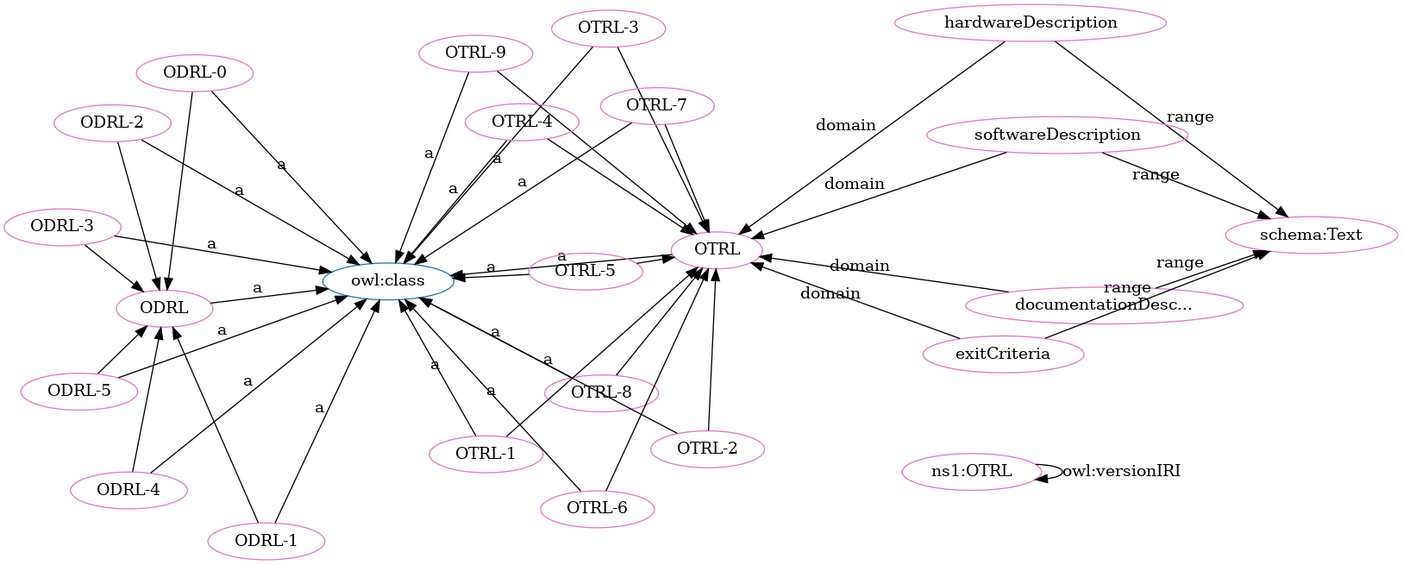
The Graphviz diagram OTRL-clean.png in OPEN-NEXT/OKH-LOSH, before a commit. Its source is kept beside it as OTRL-clean.dot.
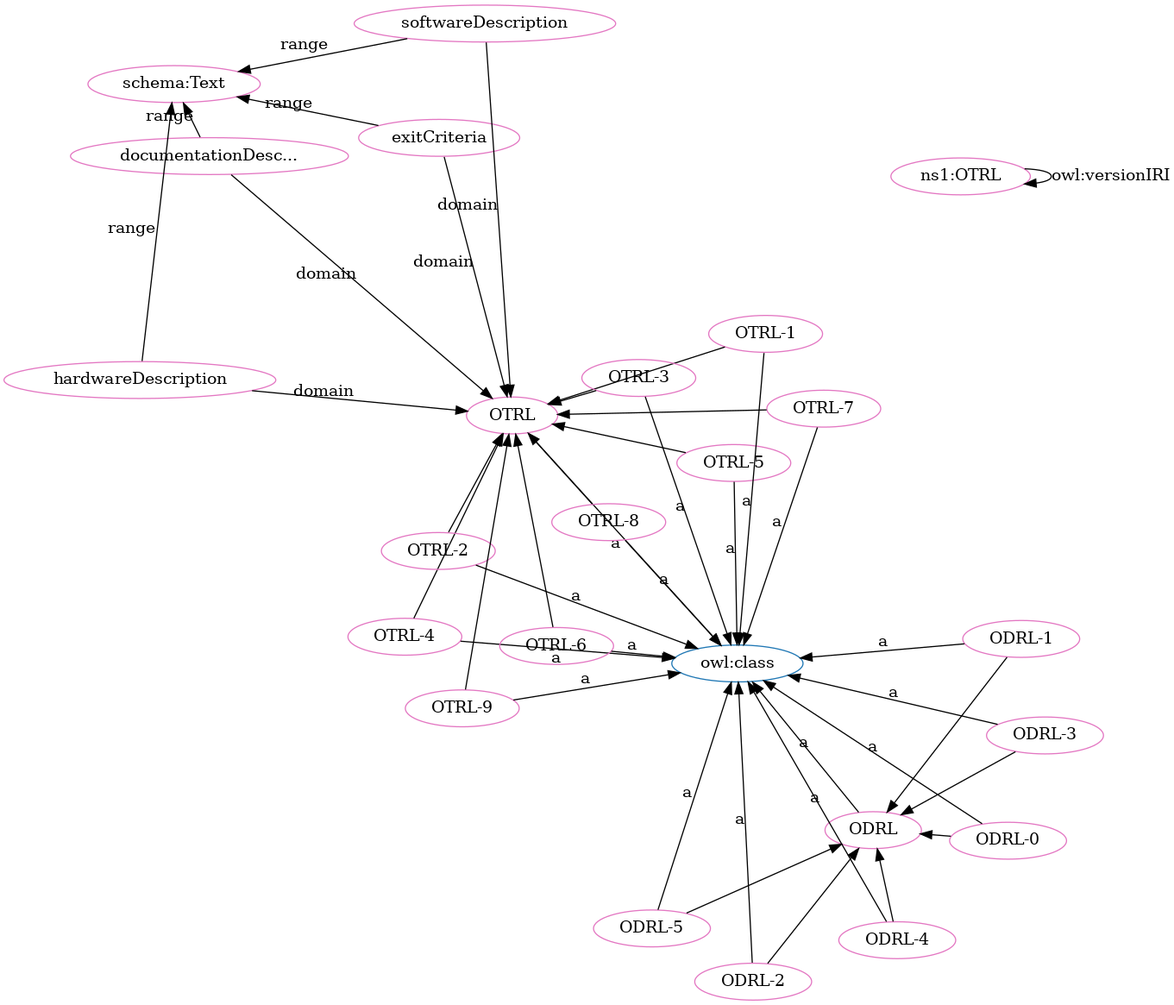
The same file after the commit.

Change to the diagram source:
```diff
@@ -1,71 +1,71 @@
 digraph G {
   rankdir=BT
   node[height=.3]
-"http://www.w3.org/2002/07/owl#class" [fillcolor="#1f77b4" color="#1f77b4" label="owl:class"]
 "http://purl.org/oseg/ontologies/OTRL#OTRL" [fillcolor="#1f77b4" color="#1f77b4" label="OTRL"]
 "http://purl.org/oseg/ontologies/OTRL#ODRL" [fillcolor="#1f77b4" color="#1f77b4" label="ODRL"]
+"http://www.w3.org/2002/07/owl#class" [fillcolor="#1f77b4" color="#1f77b4" label="owl:class"]
+"http://schema.org/Text" [fillcolor="#e377c2" color="#e377c2" label="schema:Text"]
 "http://purl.org/oseg/ontologies/OTRL#OTRL-8" [fillcolor="#e377c2" color="#e377c2" label="OTRL-8"]
 "http://purl.org/oseg/ontologies/OTRL#OTRL" [fillcolor="#e377c2" color="#e377c2" label="OTRL"]
-"http://schema.org/Text" [fillcolor="#e377c2" color="#e377c2" label="schema:Text"]
+"http://purl.org/oseg/ontologies/OTRL#exitCriteria" [fillcolor="#e377c2" color="#e377c2" label="exitCriteria"]
+"http://purl.org/oseg/ontologies/OTRL#ODRL" [fillcolor="#e377c2" color="#e377c2" label="ODRL"]
+"http://purl.org/oseg/ontologies/OTRL#OTRL-4" [fillcolor="#e377c2" color="#e377c2" label="OTRL-4"]
+"http://purl.org/oseg/ontologies/OTRL" [fillcolor="#e377c2" color="#e377c2" label="ns1:OTRL"]
+"http://purl.org/oseg/ontologies/OTRL#ODRL-0" [fillcolor="#e377c2" color="#e377c2" label="ODRL-0"]
+"http://purl.org/oseg/ontologies/OTRL#ODRL-5" [fillcolor="#e377c2" color="#e377c2" label="ODRL-5"]
+"http://purl.org/oseg/ontologies/OTRL#ODRL-3" [fillcolor="#e377c2" color="#e377c2" label="ODRL-3"]
+"http://purl.org/oseg/ontologies/OTRL#OTRL-2" [fillcolor="#e377c2" color="#e377c2" label="OTRL-2"]
+"http://purl.org/oseg/ontologies/OTRL#ODRL-2" [fillcolor="#e377c2" color="#e377c2" label="ODRL-2"]
+"http://purl.org/oseg/ontologies/OTRL#OTRL-5" [fillcolor="#e377c2" color="#e377c2" label="OTRL-5"]
+"http://purl.org/oseg/ontologies/OTRL#softwareDescription" [fillcolor="#e377c2" color="#e377c2" label="softwareDescription"]
+"http://purl.org/oseg/ontologies/OTRL#documentationDescription" [fillcolor="#e377c2" color="#e377c2" label="documentationDesc..."]
+"http://purl.org/oseg/ontologies/OTRL#ODRL-1" [fillcolor="#e377c2" color="#e377c2" label="ODRL-1"]
+"http://purl.org/oseg/ontologies/OTRL#ODRL-4" [fillcolor="#e377c2" color="#e377c2" label="ODRL-4"]
+"http://purl.org/oseg/ontologies/OTRL#OTRL-7" [fillcolor="#e377c2" color="#e377c2" label="OTRL-7"]
+"http://purl.org/oseg/ontologies/OTRL#OTRL-6" [fillcolor="#e377c2" color="#e377c2" label="OTRL-6"]
+"http://purl.org/oseg/ontologies/OTRL#OTRL-9" [fillcolor="#e377c2" color="#e377c2" label="OTRL-9"]
+"http://purl.org/oseg/ontologies/OTRL#OTRL-1" [fillcolor="#e377c2" color="#e377c2" label="OTRL-1"]
+"http://purl.org/oseg/ontologies/OTRL#hardwareDescription" [fillcolor="#e377c2" color="#e377c2" label="hardwareDescription"]
 "http://purl.org/oseg/ontologies/OTRL#OTRL-3" [fillcolor="#e377c2" color="#e377c2" label="OTRL-3"]
-"http://purl.org/oseg/ontologies/OTRL#ODRL-2" [fillcolor="#e377c2" color="#e377c2" label="ODRL-2"]
-"http://purl.org/oseg/ontologies/OTRL#ODRL" [fillcolor="#e377c2" color="#e377c2" label="ODRL"]
-"http://purl.org/oseg/ontologies/OTRL#hardwareDescription" [fillcolor="#e377c2" color="#e377c2" label="hardwareDescription"]
-"http://purl.org/oseg/ontologies/OTRL#ODRL-5" [fillcolor="#e377c2" color="#e377c2" label="ODRL-5"]
-"http://purl.org/oseg/ontologies/OTRL" [fillcolor="#e377c2" color="#e377c2" label="ns1:OTRL"]
-"http://purl.org/oseg/ontologies/OTRL#documentationDescription" [fillcolor="#e377c2" color="#e377c2" label="documentationDesc..."]
-"http://purl.org/oseg/ontologies/OTRL#ODRL-4" [fillcolor="#e377c2" color="#e377c2" label="ODRL-4"]
-"http://purl.org/oseg/ontologies/OTRL#exitCriteria" [fillcolor="#e377c2" color="#e377c2" label="exitCriteria"]
-"http://purl.org/oseg/ontologies/OTRL#OTRL-9" [fillcolor="#e377c2" color="#e377c2" label="OTRL-9"]
-"http://purl.org/oseg/ontologies/OTRL#OTRL-7" [fillcolor="#e377c2" color="#e377c2" label="OTRL-7"]
-"http://purl.org/oseg/ontologies/OTRL#OTRL-4" [fillcolor="#e377c2" color="#e377c2" label="OTRL-4"]
-"http://purl.org/oseg/ontologies/OTRL#softwareDescription" [fillcolor="#e377c2" color="#e377c2" label="softwareDescription"]
-"http://purl.org/oseg/ontologies/OTRL#OTRL-1" [fillcolor="#e377c2" color="#e377c2" label="OTRL-1"]
-"http://purl.org/oseg/ontologies/OTRL#OTRL-5" [fillcolor="#e377c2" color="#e377c2" label="OTRL-5"]
-"http://purl.org/oseg/ontologies/OTRL#ODRL-0" [fillcolor="#e377c2" color="#e377c2" label="ODRL-0"]
-"http://purl.org/oseg/ontologies/OTRL#ODRL-3" [fillcolor="#e377c2" color="#e377c2" label="ODRL-3"]
-"http://purl.org/oseg/ontologies/OTRL#ODRL-1" [fillcolor="#e377c2" color="#e377c2" label="ODRL-1"]
-"http://purl.org/oseg/ontologies/OTRL#OTRL-6" [fillcolor="#e377c2" color="#e377c2" label="OTRL-6"]
-"http://purl.org/oseg/ontologies/OTRL#OTRL-2" [fillcolor="#e377c2" color="#e377c2" label="OTRL-2"]
+  "http://purl.org/oseg/ontologies/OTRL#OTRL-8" -> "http://www.w3.org/2002/07/owl#class" [label="a"]
+  "http://purl.org/oseg/ontologies/OTRL#ODRL" -> "http://www.w3.org/2002/07/owl#class" [label="a"]
+  "http://purl.org/oseg/ontologies/OTRL#ODRL-3" -> "http://purl.org/oseg/ontologies/OTRL#ODRL" [label=""]
+  "http://purl.org/oseg/ontologies/OTRL#OTRL-4" -> "http://www.w3.org/2002/07/owl#class" [label="a"]
+  "http://purl.org/oseg/ontologies/OTRL#ODRL-0" -> "http://www.w3.org/2002/07/owl#class" [label="a"]
+  "http://purl.org/oseg/ontologies/OTRL#ODRL-5" -> "http://www.w3.org/2002/07/owl#class" [label="a"]
+  "http://purl.org/oseg/ontologies/OTRL#ODRL-3" -> "http://www.w3.org/2002/07/owl#class" [label="a"]
+  "http://purl.org/oseg/ontologies/OTRL#OTRL-2" -> "http://www.w3.org/2002/07/owl#class" [label="a"]
+  "http://purl.org/oseg/ontologies/OTRL#OTRL-4" -> "http://purl.org/oseg/ontologies/OTRL#OTRL" [label=""]
+  "http://purl.org/oseg/ontologies/OTRL#ODRL-2" -> "http://www.w3.org/2002/07/owl#class" [label="a"]
+  "http://purl.org/oseg/ontologies/OTRL#softwareDescription" -> "http://purl.org/oseg/ontologies/OTRL#OTRL" [label="domain"]
+  "http://purl.org/oseg/ontologies/OTRL#OTRL-3" -> "http://purl.org/oseg/ontologies/OTRL#OTRL" [label=""]
+  "http://purl.org/oseg/ontologies/OTRL#ODRL-1" -> "http://www.w3.org/2002/07/owl#class" [label="a"]
+  "http://purl.org/oseg/ontologies/OTRL#OTRL-8" -> "http://purl.org/oseg/ontologies/OTRL#OTRL" [label=""]
+  "http://purl.org/oseg/ontologies/OTRL#ODRL-4" -> "http://www.w3.org/2002/07/owl#class" [label="a"]
+  "http://purl.org/oseg/ontologies/OTRL" -> "http://purl.org/oseg/ontologies/OTRL" [label="owl:versionIRI"]
+  "http://purl.org/oseg/ontologies/OTRL#ODRL-0" -> "http://purl.org/oseg/ontologies/OTRL#ODRL" [label=""]
+  "http://purl.org/oseg/ontologies/OTRL#OTRL" -> "http://www.w3.org/2002/07/owl#class" [label="a"]
+  "http://purl.org/oseg/ontologies/OTRL#OTRL-7" -> "http://www.w3.org/2002/07/owl#class" [label="a"]
+  "http://purl.org/oseg/ontologies/OTRL#OTRL-7" -> "http://purl.org/oseg/ontologies/OTRL#OTRL" [label=""]
+  "http://purl.org/oseg/ontologies/OTRL#ODRL-2" -> "http://purl.org/oseg/ontologies/OTRL#ODRL" [label=""]
+  "http://purl.org/oseg/ontologies/OTRL#OTRL-3" -> "http://www.w3.org/2002/07/owl#class" [label="a"]
+  "http://purl.org/oseg/ontologies/OTRL#documentationDescription" -> "http://schema.org/Text" [label="range"]
+  "http://purl.org/oseg/ontologies/OTRL#exitCriteria" -> "http://purl.org/oseg/ontologies/OTRL#OTRL" [label="domain"]
+  "http://purl.org/oseg/ontologies/OTRL#OTRL-5" -> "http://purl.org/oseg/ontologies/OTRL#OTRL" [label=""]
+  "http://purl.org/oseg/ontologies/OTRL#ODRL-5" -> "http://purl.org/oseg/ontologies/OTRL#ODRL" [label=""]
+  "http://purl.org/oseg/ontologies/OTRL#OTRL-1" -> "http://purl.org/oseg/ontologies/OTRL#OTRL" [label=""]
   "http://purl.org/oseg/ontologies/OTRL#hardwareDescription" -> "http://schema.org/Text" [label="range"]
-  "http://purl.org/oseg/ontologies/OTRL#OTRL-3" -> "http://www.w3.org/2002/07/owl#class" [label="a"]
-  "http://purl.org/oseg/ontologies/OTRL#OTRL" -> "http://www.w3.org/2002/07/owl#class" [label="a"]
-  "http://purl.org/oseg/ontologies/OTRL#ODRL-2" -> "http://www.w3.org/2002/07/owl#class" [label="a"]
-  "http://purl.org/oseg/ontologies/OTRL#OTRL-8" -> "http://purl.org/oseg/ontologies/OTRL#OTRL" [label=""]
+  "http://purl.org/oseg/ontologies/OTRL#softwareDescription" -> "http://schema.org/Text" [label="range"]
+  "http://purl.org/oseg/ontologies/OTRL#OTRL-5" -> "http://www.w3.org/2002/07/owl#class" [label="a"]
   "http://purl.org/oseg/ontologies/OTRL#exitCriteria" -> "http://schema.org/Text" [label="range"]
-  "http://purl.org/oseg/ontologies/OTRL#ODRL-5" -> "http://purl.org/oseg/ontologies/OTRL#ODRL" [label=""]
-  "http://purl.org/oseg/ontologies/OTRL#OTRL-7" -> "http://purl.org/oseg/ontologies/OTRL#OTRL" [label=""]
-  "http://purl.org/oseg/ontologies/OTRL" -> "http://purl.org/oseg/ontologies/OTRL" [label="owl:versionIRI"]
+  "http://purl.org/oseg/ontologies/OTRL#ODRL-1" -> "http://purl.org/oseg/ontologies/OTRL#ODRL" [label=""]
+  "http://purl.org/oseg/ontologies/OTRL#ODRL-4" -> "http://purl.org/oseg/ontologies/OTRL#ODRL" [label=""]
+  "http://purl.org/oseg/ontologies/OTRL#OTRL-6" -> "http://www.w3.org/2002/07/owl#class" [label="a"]
   "http://purl.org/oseg/ontologies/OTRL#OTRL-9" -> "http://www.w3.org/2002/07/owl#class" [label="a"]
-  "http://purl.org/oseg/ontologies/OTRL#OTRL-7" -> "http://www.w3.org/2002/07/owl#class" [label="a"]
-  "http://purl.org/oseg/ontologies/OTRL#documentationDescription" -> "http://schema.org/Text" [label="range"]
   "http://purl.org/oseg/ontologies/OTRL#OTRL-1" -> "http://www.w3.org/2002/07/owl#class" [label="a"]
-  "http://purl.org/oseg/ontologies/OTRL#OTRL-5" -> "http://www.w3.org/2002/07/owl#class" [label="a"]
-  "http://purl.org/oseg/ontologies/OTRL#softwareDescription" -> "http://purl.org/oseg/ontologies/OTRL#OTRL" [label="domain"]
-  "http://purl.org/oseg/ontologies/OTRL#ODRL-0" -> "http://purl.org/oseg/ontologies/OTRL#ODRL" [label=""]
+  "http://purl.org/oseg/ontologies/OTRL#OTRL-6" -> "http://purl.org/oseg/ontologies/OTRL#OTRL" [label=""]
+  "http://purl.org/oseg/ontologies/OTRL#hardwareDescription" -> "http://purl.org/oseg/ontologies/OTRL#OTRL" [label="domain"]
   "http://purl.org/oseg/ontologies/OTRL#OTRL-9" -> "http://purl.org/oseg/ontologies/OTRL#OTRL" [label=""]
-  "http://purl.org/oseg/ontologies/OTRL#ODRL-3" -> "http://www.w3.org/2002/07/owl#class" [label="a"]
-  "http://purl.org/oseg/ontologies/OTRL#OTRL-6" -> "http://www.w3.org/2002/07/owl#class" [label="a"]
-  "http://purl.org/oseg/ontologies/OTRL#ODRL-4" -> "http://purl.org/oseg/ontologies/OTRL#ODRL" [label=""]
-  "http://purl.org/oseg/ontologies/OTRL#OTRL-2" -> "http://www.w3.org/2002/07/owl#class" [label="a"]
-  "http://purl.org/oseg/ontologies/OTRL#OTRL-8" -> "http://www.w3.org/2002/07/owl#class" [label="a"]
-  "http://purl.org/oseg/ontologies/OTRL#OTRL-5" -> "http://purl.org/oseg/ontologies/OTRL#OTRL" [label=""]
-  "http://purl.org/oseg/ontologies/OTRL#OTRL-6" -> "http://purl.org/oseg/ontologies/OTRL#OTRL" [label=""]
   "http://purl.org/oseg/ontologies/OTRL#OTRL-2" -> "http://purl.org/oseg/ontologies/OTRL#OTRL" [label=""]
-  "http://purl.org/oseg/ontologies/OTRL#ODRL-1" -> "http://purl.org/oseg/ontologies/OTRL#ODRL" [label=""]
-  "http://purl.org/oseg/ontologies/OTRL#ODRL-5" -> "http://www.w3.org/2002/07/owl#class" [label="a"]
-  "http://purl.org/oseg/ontologies/OTRL#hardwareDescription" -> "http://purl.org/oseg/ontologies/OTRL#OTRL" [label="domain"]
-  "http://purl.org/oseg/ontologies/OTRL#ODRL" -> "http://www.w3.org/2002/07/owl#class" [label="a"]
-  "http://purl.org/oseg/ontologies/OTRL#OTRL-4" -> "http://purl.org/oseg/ontologies/OTRL#OTRL" [label=""]
-  "http://purl.org/oseg/ontologies/OTRL#softwareDescription" -> "http://schema.org/Text" [label="range"]
-  "http://purl.org/oseg/ontologies/OTRL#ODRL-4" -> "http://www.w3.org/2002/07/owl#class" [label="a"]
-  "http://purl.org/oseg/ontologies/OTRL#exitCriteria" -> "http://purl.org/oseg/ontologies/OTRL#OTRL" [label="domain"]
-  "http://purl.org/oseg/ontologies/OTRL#OTRL-4" -> "http://www.w3.org/2002/07/owl#class" [label="a"]
-  "http://purl.org/oseg/ontologies/OTRL#ODRL-3" -> "http://purl.org/oseg/ontologies/OTRL#ODRL" [label=""]
-  "http://purl.org/oseg/ontologies/OTRL#ODRL-2" -> "http://purl.org/oseg/ontologies/OTRL#ODRL" [label=""]
-  "http://purl.org/oseg/ontologies/OTRL#ODRL-0" -> "http://www.w3.org/2002/07/owl#class" [label="a"]
-  "http://purl.org/oseg/ontologies/OTRL#ODRL-1" -> "http://www.w3.org/2002/07/owl#class" [label="a"]
-  "http://purl.org/oseg/ontologies/OTRL#OTRL-3" -> "http://purl.org/oseg/ontologies/OTRL#OTRL" [label=""]
   "http://purl.org/oseg/ontologies/OTRL#documentationDescription" -> "http://purl.org/oseg/ontologies/OTRL#OTRL" [label="domain"]
-  "http://purl.org/oseg/ontologies/OTRL#OTRL-1" -> "http://purl.org/oseg/ontologies/OTRL#OTRL" [label=""]
 }
```
